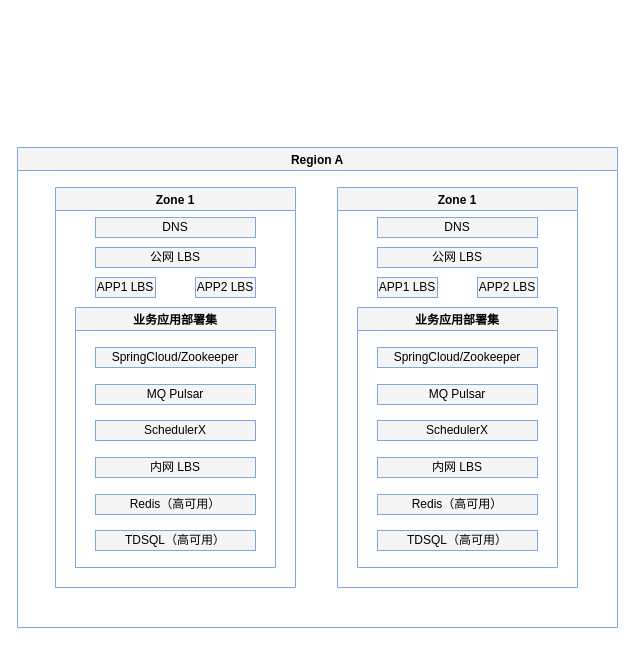
Before: page "Region" (4 of 4) of devops/game-stock.drawio in xiagw/drawio-devops, a draw.io diagram. Source tidied: cells renumbered, new cells numbered last; positions are measured from the earlier drawing's top-left corner, leaving out a move shared by most shapes. Both pictures are drawn from the tidied source at 100%, with x=0, y=0 at pixel (17, 147).
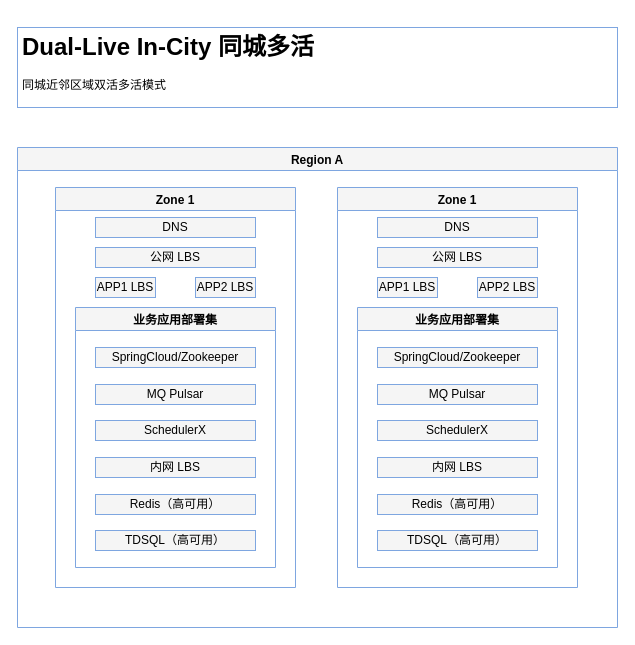
After the change.

The edit, as a diff of the source:
```diff
@@
+    <mxCell id="27" value="&lt;h1&gt;Dual-Live In-City 同城多活&lt;br&gt;&lt;/h1&gt;&lt;p&gt;同城近邻区域双活多活模式&lt;br&gt;&lt;/p&gt;" style="text;html=1;strokeColor=#7EA6E0;fillColor=none;spacing=5;spacingTop=-20;whiteSpace=wrap;overflow=hidden;rounded=0;" parent="1" vertex="1">
+      <mxGeometry y="-120" width="600" height="80" as="geometry" />
+    </mxCell>
```
